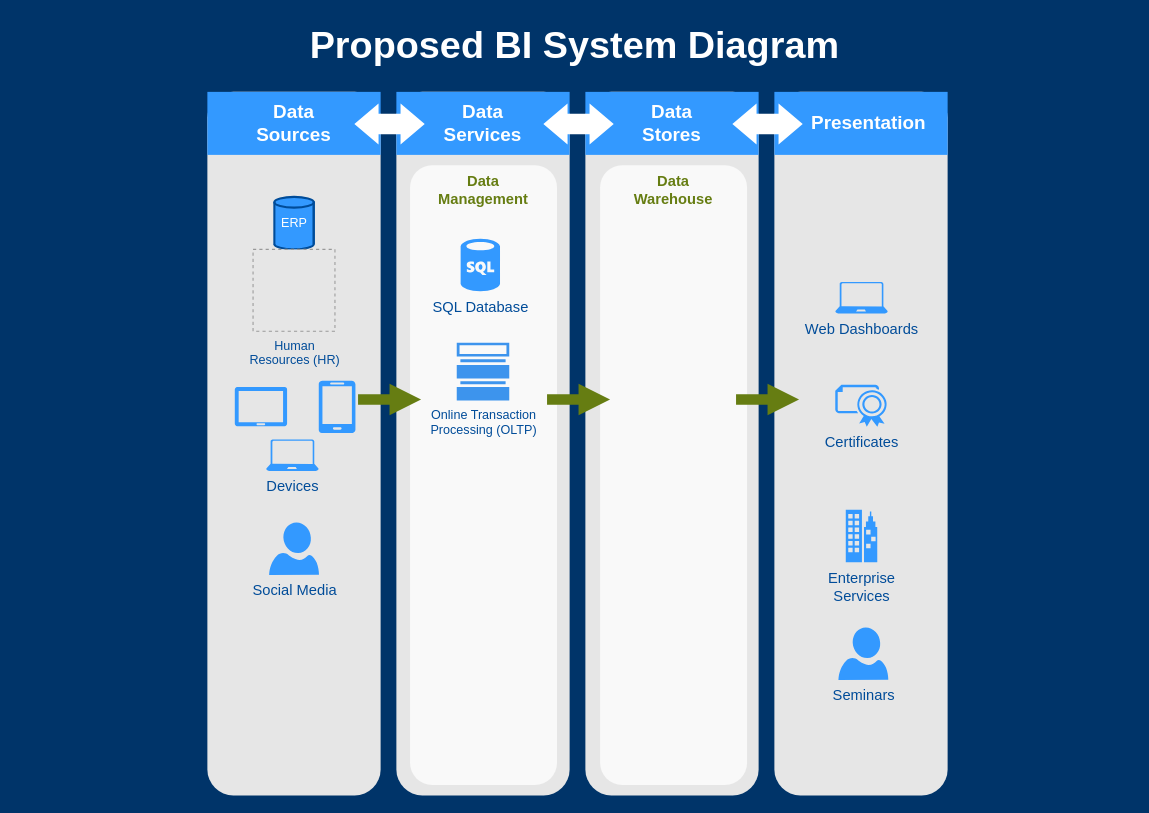
This is mis300-system_diagram-portfolio-project.drawio from argounova/draw-io, a draw.io file, before an edit. Source tidied: cells renumbered, new cells numbered last; positions are measured from the earlier drawing's top-left corner, leaving out a move shared by most shapes. Both pictures are drawn from the tidied source at 105%, with x=0, y=0 at pixel (18, 18). Pictures stored in the file or linked from it are replaced by grey dashed boxes.
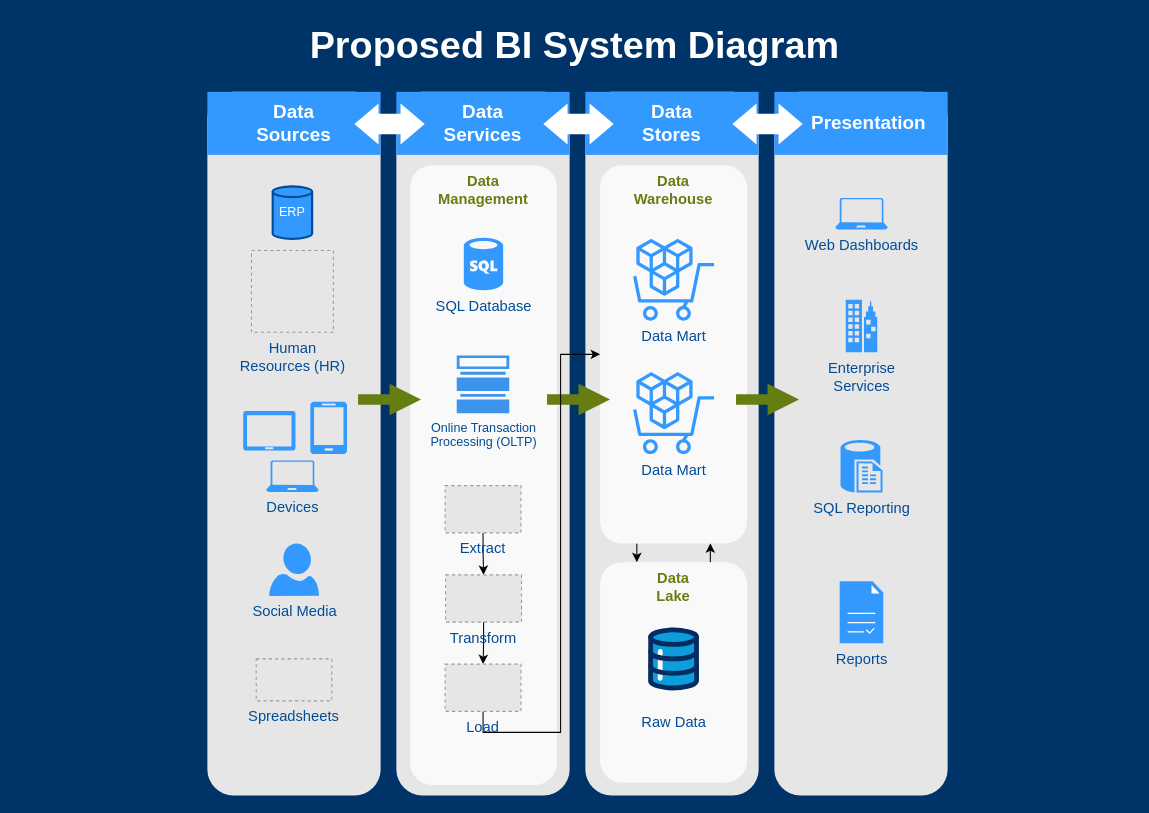
After the change.

Change to the diagram source:
```diff
@@
     <mxCell id="13" style="verticalLabelPosition=bottom;html=1;verticalAlign=top;strokeColor=none;fillColor=#3399FF;shape=mxgraph.azure.tablet;dashed=1;fontFamily=Helvetica;fontSize=14;fontColor=#004C99;" parent="1" vertex="1">
-      <mxGeometry x="206" y="351" width="50" height="37.5" as="geometry" />
+      <mxGeometry x="214" y="374" width="50" height="37.5" as="geometry" />
     </mxCell>
     <mxCell id="14" style="verticalLabelPosition=bottom;html=1;verticalAlign=top;strokeColor=none;fillColor=#3399FF;shape=mxgraph.azure.mobile;dashed=1;fontFamily=Helvetica;fontSize=14;fontColor=#004C99;" parent="1" vertex="1">
-      <mxGeometry x="286" y="345" width="35" height="50" as="geometry" />
+      <mxGeometry x="278" y="365" width="35" height="50" as="geometry" />
     </mxCell>
     <mxCell id="15" value="Devices" style="verticalLabelPosition=bottom;html=1;verticalAlign=top;strokeColor=none;fillColor=#3399FF;shape=mxgraph.azure.laptop;dashed=1;fontFamily=Helvetica;fontSize=14;fontColor=#004C99;" parent="1" vertex="1">
-      <mxGeometry x="236" y="401" width="50" height="30" as="geometry" />
+      <mxGeometry x="236" y="421" width="50" height="30" as="geometry" />
     </mxCell>
     <mxCell id="16" value="Social Media" style="verticalLabelPosition=bottom;html=1;verticalAlign=top;strokeColor=none;fillColor=#3399FF;shape=mxgraph.azure.user;dashed=1;fontSize=14;fontColor=#004C99;" parent="1" vertex="1">
-      <mxGeometry x="238.8" y="480" width="47.5" height="50" as="geometry" />
+      <mxGeometry x="238.8" y="500" width="47.5" height="50" as="geometry" />
     </mxCell>
@@
     <mxCell id="19" value="SQL Database" style="verticalLabelPosition=bottom;html=1;verticalAlign=top;strokeColor=none;fillColor=#3399FF;shape=mxgraph.azure.sql_database;dashed=1;fontFamily=Helvetica;fontSize=14;fontColor=#004C99;" parent="1" vertex="1">
-      <mxGeometry x="421.2" y="210" width="37.5" height="50" as="geometry" />
+      <mxGeometry x="424.2" y="209" width="37.5" height="50" as="geometry" />
     </mxCell>
+    <mxCell id="31" style="edgeStyle=orthogonalEdgeStyle;rounded=0;jettySize=auto;html=1;exitX=0.25;exitY=1;exitDx=0;exitDy=0;entryX=0.25;entryY=0;entryDx=0;entryDy=0;" parent="1" edge="1" source="20" target="40">
+      <mxGeometry relative="1" as="geometry" />
+    </mxCell>
     <mxCell id="20" value="&lt;font color=&quot;#667d12&quot;&gt;Data&lt;br&gt;Warehouse&lt;br&gt;&lt;/font&gt;" style="rounded=1;whiteSpace=wrap;html=1;dashed=1;strokeColor=none;strokeWidth=2;fillColor=#FFFFFF;fontFamily=Helvetica;fontSize=14;fontColor=#FFB366;opacity=75;verticalAlign=top;fontStyle=1;" parent="1" vertex="1">
-      <mxGeometry x="554" y="140" width="140" height="590" as="geometry" />
+      <mxGeometry x="554" y="140" width="140" height="360" as="geometry" />
     </mxCell>
     <mxCell id="21" value="Web Dashboards" style="verticalLabelPosition=bottom;html=1;verticalAlign=top;strokeColor=none;fillColor=#3399FF;shape=mxgraph.azure.laptop;dashed=1;fontFamily=Helvetica;fontSize=14;fontColor=#004C99;" parent="1" vertex="1">
-      <mxGeometry x="778" y="251" width="50" height="30" as="geometry" />
+      <mxGeometry x="778" y="171" width="50" height="30" as="geometry" />
     </mxCell>
-    <mxCell id="22" value="Certificates" style="verticalLabelPosition=bottom;html=1;verticalAlign=top;strokeColor=none;fillColor=#3399FF;shape=mxgraph.azure.certificate;dashed=1;fontFamily=Helvetica;fontSize=14;fontColor=#004C99;" parent="1" vertex="1">
-      <mxGeometry x="778" y="349" width="50" height="40" as="geometry" />
-    </mxCell>
     <mxCell id="23" value="Enterprise&lt;div&gt;Services&lt;/div&gt;" style="verticalLabelPosition=bottom;html=1;verticalAlign=top;strokeColor=none;fillColor=#3399FF;shape=mxgraph.azure.enterprise;dashed=1;fontFamily=Helvetica;fontSize=14;fontColor=#004C99;" parent="1" vertex="1">
-      <mxGeometry x="788" y="468" width="30" height="50" as="geometry" />
+      <mxGeometry x="788" y="268" width="30" height="50" as="geometry" />
     </mxCell>
-    <mxCell id="24" value="Seminars" style="verticalLabelPosition=bottom;html=1;verticalAlign=top;strokeColor=none;fillColor=#3399FF;shape=mxgraph.azure.user;dashed=1;fontFamily=Helvetica;fontSize=14;fontColor=#004C99;" parent="1" vertex="1">
-      <mxGeometry x="781" y="580" width="47.5" height="50" as="geometry" />
-    </mxCell>
@@
     <mxCell id="26" value="&lt;font color=&quot;#004c99&quot;&gt;Online Transaction&lt;br&gt;Processing (OLTP)&lt;/font&gt;" style="sketch=0;shadow=0;dashed=0;html=1;strokeColor=none;fillColor=#3d94ed;labelPosition=center;verticalLabelPosition=bottom;verticalAlign=top;align=center;shape=mxgraph.veeam2.datastore_66_full;" parent="1" vertex="1">
-      <mxGeometry x="417.5" y="309" width="50" height="55" as="geometry" />
+      <mxGeometry x="417.5" y="321" width="50" height="55" as="geometry" />
     </mxCell>
@@
     <mxCell id="29" value="&lt;font color=&quot;#ffffff&quot;&gt;ERP&lt;/font&gt;" style="strokeWidth=2;html=1;shape=mxgraph.lean_mapping.mrp_erp;whiteSpace=wrap;fillColor=#3399FF;fontColor=#004C99;strokeColor=#004C99;" parent="1" vertex="1">
-      <mxGeometry x="243.8" y="170" width="37.5" height="50" as="geometry" />
+      <mxGeometry x="242.2" y="160" width="37.5" height="50" as="geometry" />
     </mxCell>
-    <mxCell id="30" value="&lt;font color=&quot;#004c99&quot;&gt;Human&lt;br&gt;Resources (HR)&lt;/font&gt;" style="fillColor=#E6E6E6;strokeColor=#999999;dashed=1;html=1;verticalAlign=top;verticalLabelPosition=bottom;labelBackgroundColor=none;" parent="1" vertex="1">
-      <mxGeometry x="223.5" y="220" width="78" height="78" as="geometry" />
+    <mxCell id="30" value="&lt;font style=&quot;font-size: 14px;&quot; color=&quot;#004c99&quot;&gt;Human&lt;br style=&quot;font-size: 14px;&quot;&gt;Resources (HR)&lt;/font&gt;" style="fillColor=#E6E6E6;strokeColor=#999999;dashed=1;html=1;verticalAlign=top;verticalLabelPosition=bottom;labelBackgroundColor=none;fontSize=14;" parent="1" vertex="1">
+      <mxGeometry x="222" y="221" width="78" height="78" as="geometry" />
     </mxCell>
+    <mxCell id="32" value="Spreadsheets" style="fillColor=#E6E6E6;strokeColor=#999999;dashed=1;verticalLabelPosition=bottom;labelBackgroundColor=none;verticalAlign=top;fontColor=#004C99;fontSize=14;" parent="1" vertex="1">
+      <mxGeometry x="226.5" y="610" width="72" height="40" as="geometry" />
+    </mxCell>
+    <mxCell id="33" style="edgeStyle=orthogonalEdgeStyle;rounded=0;jettySize=auto;html=1;exitX=0.5;exitY=1;exitDx=0;exitDy=0;entryX=0.5;entryY=0;entryDx=0;entryDy=0;" parent="1" edge="1" source="34" target="36">
+      <mxGeometry relative="1" as="geometry" />
+    </mxCell>
+    <mxCell id="34" value="Extract" style="fillColor=#E6E6E6;strokeColor=#999999;dashed=1;verticalLabelPosition=bottom;labelBackgroundColor=none;verticalAlign=top;fontColor=#004C99;fontSize=14;" parent="1" vertex="1">
+      <mxGeometry x="406.4" y="445" width="72.3" height="45" as="geometry" />
+    </mxCell>
+    <mxCell id="35" style="edgeStyle=orthogonalEdgeStyle;rounded=0;jettySize=auto;html=1;exitX=0.5;exitY=1;exitDx=0;exitDy=0;entryX=0.5;entryY=0;entryDx=0;entryDy=0;" parent="1" edge="1" source="36" target="38">
+      <mxGeometry relative="1" as="geometry" />
+    </mxCell>
+    <mxCell id="36" value="Transform" style="fillColor=#E6E6E6;strokeColor=#999999;dashed=1;verticalLabelPosition=bottom;labelBackgroundColor=none;verticalAlign=top;fontColor=#004C99;fontSize=14;" parent="1" vertex="1">
+      <mxGeometry x="406.9" y="530" width="72.3" height="45" as="geometry" />
+    </mxCell>
+    <mxCell id="37" style="edgeStyle=orthogonalEdgeStyle;rounded=0;jettySize=auto;html=1;exitX=0.5;exitY=1;exitDx=0;exitDy=0;entryX=0;entryY=0.5;entryDx=0;entryDy=0;" parent="1" edge="1" source="38" target="20">
+      <mxGeometry relative="1" as="geometry" />
+    </mxCell>
+    <mxCell id="38" value="Load" style="fillColor=#E6E6E6;strokeColor=#999999;dashed=1;verticalLabelPosition=bottom;labelBackgroundColor=none;verticalAlign=top;fontColor=#004C99;fontSize=14;" parent="1" vertex="1">
+      <mxGeometry x="406.4" y="615" width="72.3" height="45" as="geometry" />
+    </mxCell>
+    <mxCell id="39" style="edgeStyle=orthogonalEdgeStyle;rounded=0;jettySize=auto;html=1;exitX=0.75;exitY=0;exitDx=0;exitDy=0;entryX=0.75;entryY=1;entryDx=0;entryDy=0;" parent="1" edge="1" source="40" target="20">
+      <mxGeometry relative="1" as="geometry" />
+    </mxCell>
+    <mxCell id="40" value="&lt;font color=&quot;#667d12&quot;&gt;Data&lt;br&gt;Lake&lt;br&gt;&lt;/font&gt;" style="rounded=1;whiteSpace=wrap;html=1;dashed=1;strokeColor=none;strokeWidth=2;fillColor=#FFFFFF;fontFamily=Helvetica;fontSize=14;fontColor=#FFB366;opacity=75;verticalAlign=top;fontStyle=1;" parent="1" vertex="1">
+      <mxGeometry x="554" y="518" width="140" height="210" as="geometry" />
+    </mxCell>
+    <mxCell id="41" value="&lt;font style=&quot;font-size: 14px;&quot; color=&quot;#004c99&quot;&gt;Data Mart&lt;/font&gt;" style="sketch=0;fontColor=#232F3E;gradientColor=none;fillColor=#3399FF;strokeColor=none;dashed=0;verticalLabelPosition=bottom;verticalAlign=top;align=center;html=1;fontSize=12;fontStyle=0;shape=mxgraph.aws4.marketplace;" parent="1" vertex="1">
+      <mxGeometry x="585" y="210" width="78" height="78" as="geometry" />
+    </mxCell>
+    <mxCell id="42" value="&lt;font style=&quot;font-size: 14px;&quot; color=&quot;#004c99&quot;&gt;Data Mart&lt;/font&gt;" style="sketch=0;fontColor=#232F3E;gradientColor=none;fillColor=#3399FF;strokeColor=none;dashed=0;verticalLabelPosition=bottom;verticalAlign=top;align=center;html=1;fontSize=12;fontStyle=0;shape=mxgraph.aws4.marketplace;" parent="1" vertex="1">
+      <mxGeometry x="585" y="337" width="78" height="78" as="geometry" />
+    </mxCell>
+    <mxCell id="43" value="Raw Data" style="verticalLabelPosition=bottom;html=1;shape=mxgraph.salesforce.data;fontColor=#004C99;fontSize=14;" parent="1" vertex="1">
+      <mxGeometry x="599.7" y="580" width="48.6" height="60" as="geometry" />
+    </mxCell>
+    <mxCell id="44" value="SQL Reporting" style="verticalLabelPosition=bottom;html=1;verticalAlign=top;align=center;strokeColor=none;fillColor=#3399FF;shape=mxgraph.azure.sql_reporting;fontColor=#004C99;fontSize=14;" parent="1" vertex="1">
+      <mxGeometry x="783" y="401.5" width="40" height="50" as="geometry" />
+    </mxCell>
+    <mxCell id="45" value="Reports" style="sketch=0;shadow=0;dashed=0;html=1;strokeColor=none;fillColor=#3399FF;labelPosition=center;verticalLabelPosition=bottom;verticalAlign=top;align=center;shape=mxgraph.veeam2.report;fontSize=14;fontColor=#004C99;" parent="1" vertex="1">
+      <mxGeometry x="782.2" y="536" width="41.5" height="59" as="geometry" />
+    </mxCell>
+    <mxCell id="46" style="edgeStyle=orthogonalEdgeStyle;rounded=0;orthogonalLoop=1;jettySize=auto;html=1;exitX=0.5;exitY=1;exitDx=0;exitDy=0;" parent="1" edge="1" source="20" target="20">
+      <mxGeometry relative="1" as="geometry" />
+    </mxCell>
```
